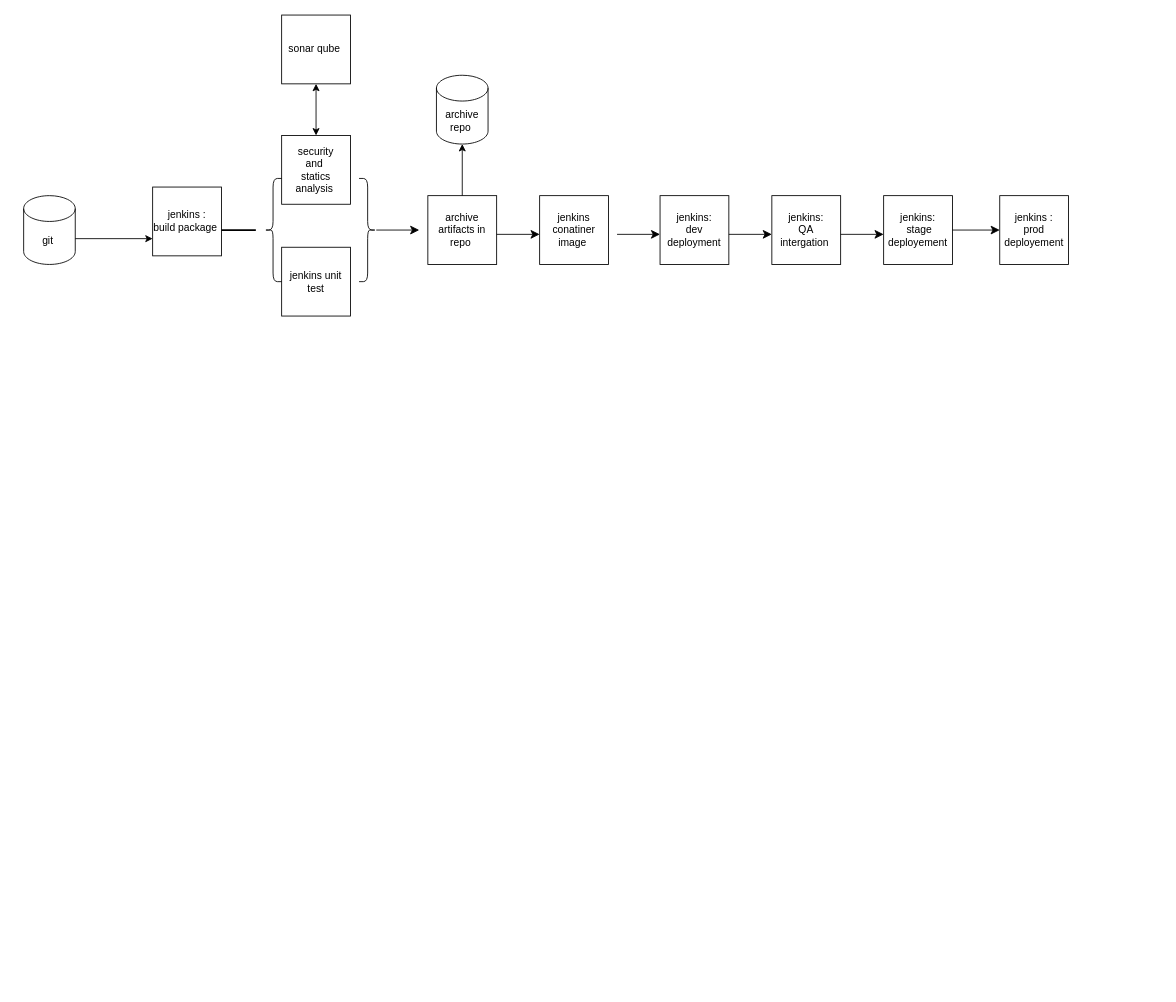
Above: Untitled Diagram.drawio in sairammalempati/docker-development-youtube-series (draw.io), before the change. Source tidied: cells renumbered, new cells numbered last; positions are measured from the earlier drawing's top-left corner, leaving out a move shared by most shapes. Both pictures are drawn from the tidied source at 86%, with x=0, y=0 at pixel (23, 15).
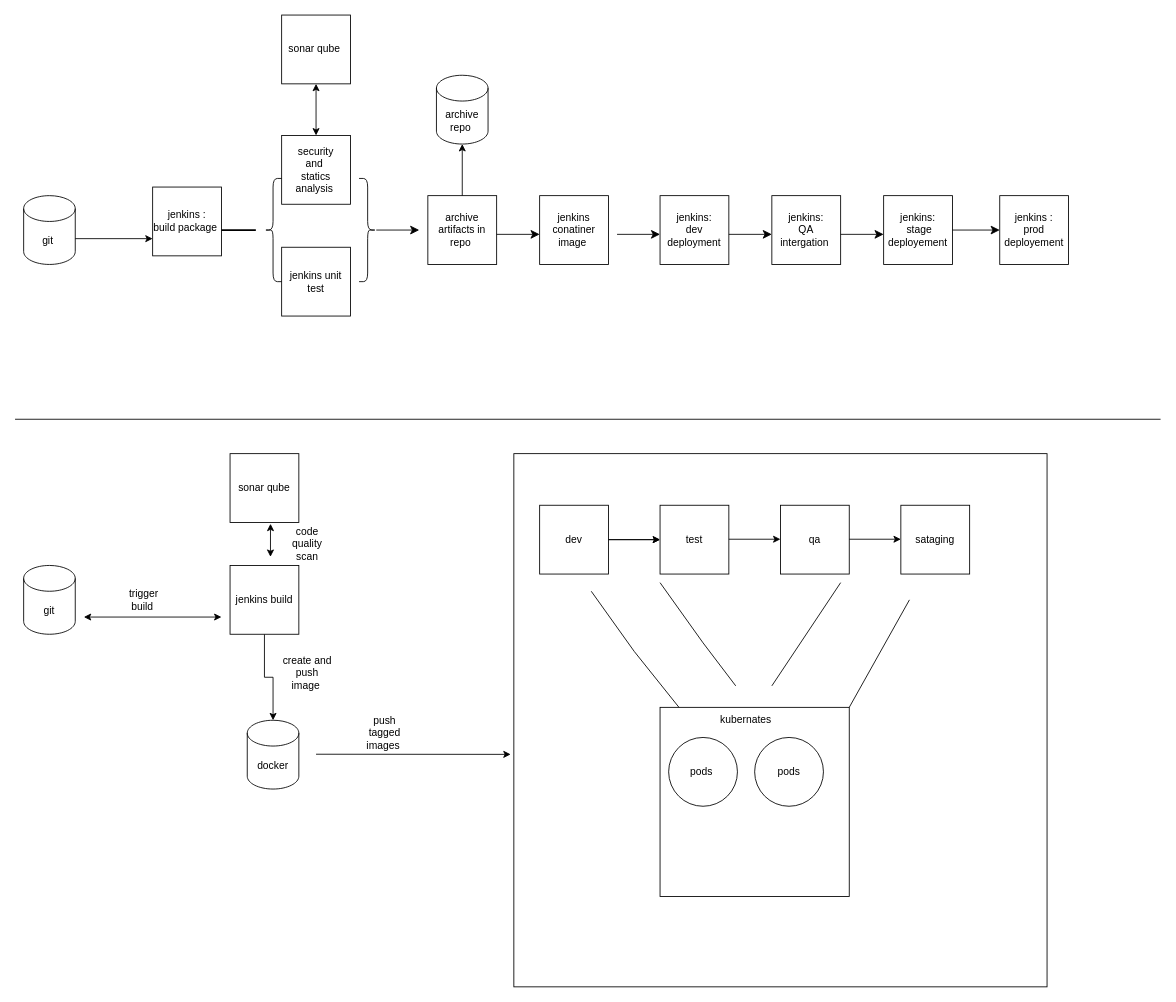
The same diagram, later.

The edit, as a diff of the source:
```diff
@@
     <mxCell id="17" style="edgeStyle=segmentEdgeStyle;endArrow=classic;html=1;curved=0;rounded=0;endSize=8;startSize=8;" parent="1" edge="1">
       <mxGeometry relative="1" as="geometry">
-        <mxPoint x="690" y="255" as="sourcePoint" />
-        <mxPoint x="740" y="255" as="targetPoint" />
+        <mxPoint x="690" y="609.5" as="sourcePoint" />
+        <mxPoint x="740" y="609.5" as="targetPoint" />
       </mxGeometry>
     </mxCell>
@@
+    <mxCell id="26" style="endArrow=none;html=1;rounded=0;" parent="1" edge="1">
+      <mxGeometry relative="1" as="geometry">
+        <mxPoint x="-10" y="470" as="sourcePoint" />
+        <mxPoint x="1322" y="470" as="targetPoint" />
+      </mxGeometry>
+    </mxCell>
+    <mxCell id="27" style="whiteSpace=wrap;html=1;" parent="1" vertex="1">
+      <mxGeometry x="570" y="510" width="620" height="620" as="geometry" />
+    </mxCell>
+    <mxCell id="28" value="test" style="whiteSpace=wrap;html=1;" parent="1" vertex="1">
+      <mxGeometry x="740" y="570" width="80" height="80" as="geometry" />
+    </mxCell>
+    <mxCell id="29" value="qa" style="whiteSpace=wrap;html=1;" parent="1" vertex="1">
+      <mxGeometry x="880" y="570" width="80" height="80" as="geometry" />
+    </mxCell>
+    <mxCell id="30" value="sataging" style="whiteSpace=wrap;html=1;" parent="1" vertex="1">
+      <mxGeometry x="1020" y="570" width="80" height="80" as="geometry" />
+    </mxCell>
+    <mxCell id="31" style="edgeStyle=orthogonalEdgeStyle;rounded=0;jettySize=auto;html=1;" parent="1" edge="1" source="32" target="28">
+      <mxGeometry relative="1" as="geometry" />
+    </mxCell>
+    <mxCell id="32" value="dev" style="whiteSpace=wrap;html=1;" parent="1" vertex="1">
+      <mxGeometry x="600" y="570" width="80" height="80" as="geometry" />
+    </mxCell>
+    <mxCell id="33" style="edgeStyle=segmentEdgeStyle;endArrow=classic;html=1;curved=0;rounded=0;endSize=8;startSize=8;" parent="1" edge="1">
+      <mxGeometry relative="1" as="geometry">
+        <mxPoint x="690" y="255" as="sourcePoint" />
+        <mxPoint x="740" y="255" as="targetPoint" />
+      </mxGeometry>
+    </mxCell>
+    <mxCell id="34" style="endArrow=classic;html=1;rounded=0;entryX=0;entryY=0.5;entryDx=0;entryDy=0;exitX=1;exitY=0.5;exitDx=0;exitDy=0;" parent="1" edge="1" source="32" target="28">
+      <mxGeometry relative="1" as="geometry" />
+    </mxCell>
+    <mxCell id="35" style="endArrow=classic;html=1;rounded=0;entryX=0;entryY=0.5;entryDx=0;entryDy=0;exitX=1;exitY=0.5;exitDx=0;exitDy=0;" parent="1" edge="1">
+      <mxGeometry relative="1" as="geometry">
+        <mxPoint x="820" y="609.5" as="sourcePoint" />
+        <mxPoint x="880" y="609.5" as="targetPoint" />
+      </mxGeometry>
+    </mxCell>
+    <mxCell id="36" style="endArrow=classic;html=1;rounded=0;entryX=0;entryY=0.5;entryDx=0;entryDy=0;exitX=1;exitY=0.5;exitDx=0;exitDy=0;" parent="1" edge="1">
+      <mxGeometry relative="1" as="geometry">
+        <mxPoint x="960" y="609.5" as="sourcePoint" />
+        <mxPoint x="1020" y="609.5" as="targetPoint" />
+      </mxGeometry>
+    </mxCell>
+    <mxCell id="37" style="whiteSpace=wrap;html=1;" parent="1" vertex="1">
+      <mxGeometry x="740" y="805" width="220" height="220" as="geometry" />
+    </mxCell>
+    <mxCell id="38" value="pods&amp;nbsp;" style="ellipse;whiteSpace=wrap;html=1;" parent="1" vertex="1">
+      <mxGeometry x="750" y="840" width="80" height="80" as="geometry" />
+    </mxCell>
+    <mxCell id="39" value="pods" style="ellipse;whiteSpace=wrap;html=1;" parent="1" vertex="1">
+      <mxGeometry x="850" y="840" width="80" height="80" as="geometry" />
+    </mxCell>
+    <mxCell id="40" value="kubernates" style="text;html=1;strokeColor=none;fillColor=none;align=center;verticalAlign=middle;whiteSpace=wrap;rounded=0;" parent="1" vertex="1">
+      <mxGeometry x="810" y="805" width="60" height="30" as="geometry" />
+    </mxCell>
+    <mxCell id="41" style="endArrow=none;html=1;rounded=0;exitX=1;exitY=0;exitDx=0;exitDy=0;" parent="1" edge="1" source="37">
+      <mxGeometry relative="1" as="geometry">
+        <mxPoint x="1030" y="680" as="targetPoint" />
+      </mxGeometry>
+    </mxCell>
+    <mxCell id="42" style="endArrow=none;html=1;rounded=0;" parent="1" edge="1">
+      <mxGeometry relative="1" as="geometry">
+        <mxPoint x="870" y="780" as="sourcePoint" />
+        <mxPoint x="950" y="660" as="targetPoint" />
+      </mxGeometry>
+    </mxCell>
+    <mxCell id="43" style="endArrow=none;html=1;rounded=0;" parent="1" edge="1" source="37">
+      <mxGeometry relative="1" as="geometry">
+        <mxPoint x="660" y="670" as="targetPoint" />
+        <Array as="points">
+          <mxPoint x="710" y="740" />
+        </Array>
+      </mxGeometry>
+    </mxCell>
+    <mxCell id="44" style="endArrow=none;html=1;rounded=0;" parent="1" edge="1">
+      <mxGeometry relative="1" as="geometry">
+        <mxPoint x="828" y="780" as="sourcePoint" />
+        <mxPoint x="740" y="660" as="targetPoint" />
+        <Array as="points">
+          <mxPoint x="790" y="730" />
+        </Array>
+      </mxGeometry>
+    </mxCell>
+    <mxCell id="45" value="docker" style="shape=cylinder3;whiteSpace=wrap;html=1;boundedLbl=1;backgroundOutline=1;size=15;" parent="1" vertex="1">
+      <mxGeometry x="260" y="820" width="60" height="80" as="geometry" />
+    </mxCell>
+    <mxCell id="46" style="endArrow=classic;html=1;rounded=0;entryX=-0.006;entryY=0.564;entryDx=0;entryDy=0;exitX=1;exitY=0.5;exitDx=0;exitDy=0;entryPerimeter=0;" parent="1" edge="1" target="27">
+      <mxGeometry relative="1" as="geometry">
+        <mxPoint x="340" y="859.5" as="sourcePoint" />
+      </mxGeometry>
+    </mxCell>
+    <mxCell id="47" style="edgeStyle=orthogonalEdgeStyle;rounded=0;jettySize=auto;html=1;exitX=0.5;exitY=1;exitDx=0;exitDy=0;entryX=0.5;entryY=0;entryDx=0;entryDy=0;entryPerimeter=0;" parent="1" edge="1" source="48" target="45">
+      <mxGeometry relative="1" as="geometry" />
+    </mxCell>
+    <mxCell id="48" value="jenkins build" style="whiteSpace=wrap;html=1;" parent="1" vertex="1">
+      <mxGeometry x="240" y="640" width="80" height="80" as="geometry" />
+    </mxCell>
+    <mxCell id="49" value="sonar qube" style="whiteSpace=wrap;html=1;" parent="1" vertex="1">
+      <mxGeometry x="240" y="510" width="80" height="80" as="geometry" />
+    </mxCell>
+    <mxCell id="50" style="endArrow=classic;startArrow=classic;html=1;rounded=0;entryX=0.588;entryY=1.019;entryDx=0;entryDy=0;entryPerimeter=0;" parent="1" edge="1" target="49">
+      <mxGeometry relative="1" as="geometry">
+        <mxPoint x="287" y="630" as="sourcePoint" />
+      </mxGeometry>
+    </mxCell>
+    <mxCell id="51" value="create and push image&amp;nbsp;" style="text;html=1;strokeColor=none;fillColor=none;align=center;verticalAlign=middle;whiteSpace=wrap;rounded=0;" parent="1" vertex="1">
+      <mxGeometry x="300" y="750" width="60" height="30" as="geometry" />
+    </mxCell>
+    <mxCell id="52" value="code quality scan" style="text;html=1;strokeColor=none;fillColor=none;align=center;verticalAlign=middle;whiteSpace=wrap;rounded=0;" parent="1" vertex="1">
+      <mxGeometry x="300" y="600" width="60" height="30" as="geometry" />
+    </mxCell>
+    <mxCell id="53" value="git" style="shape=cylinder3;whiteSpace=wrap;html=1;boundedLbl=1;backgroundOutline=1;size=15;" parent="1" vertex="1">
+      <mxGeometry y="640" width="60" height="80" as="geometry" />
+    </mxCell>
+    <mxCell id="54" style="endArrow=classic;startArrow=classic;html=1;rounded=0;" parent="1" edge="1">
+      <mxGeometry relative="1" as="geometry">
+        <mxPoint x="70" y="700" as="sourcePoint" />
+        <mxPoint x="230" y="700" as="targetPoint" />
+      </mxGeometry>
+    </mxCell>
+    <mxCell id="55" value="trigger build&amp;nbsp;" style="text;html=1;strokeColor=none;fillColor=none;align=center;verticalAlign=middle;whiteSpace=wrap;rounded=0;" parent="1" vertex="1">
+      <mxGeometry x="110" y="665" width="60" height="30" as="geometry" />
+    </mxCell>
+    <mxCell id="56" value="push tagged images&amp;nbsp;" style="text;html=1;strokeColor=none;fillColor=none;align=center;verticalAlign=middle;whiteSpace=wrap;rounded=0;" parent="1" vertex="1">
+      <mxGeometry x="390" y="820" width="60" height="30" as="geometry" />
+    </mxCell>
```
